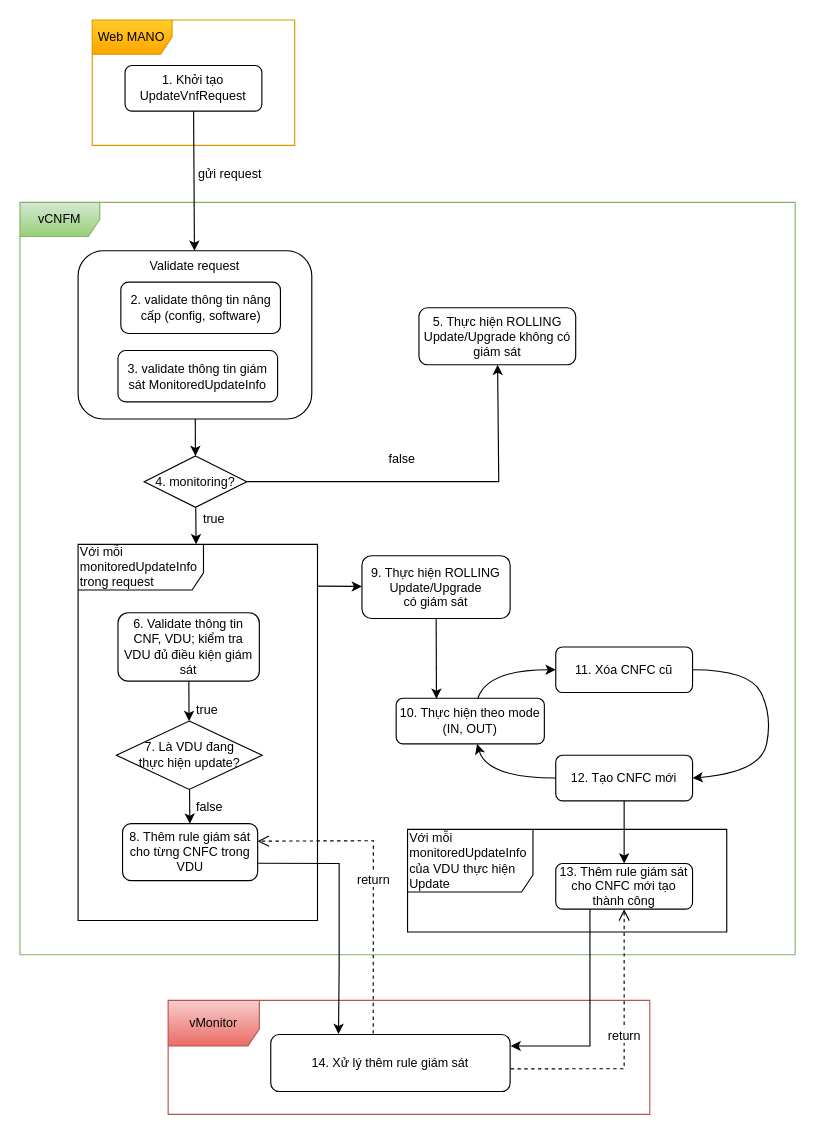
hiep1097/drawio keeps this draw.io diagram as page "Trang-6" (6 of 7) of monitoring update upgrade.drawio. Above is the earlier version. Source tidied: cells renumbered, new cells numbered last; positions are measured from the earlier drawing's top-left corner, leaving out a move shared by most shapes. Both pictures are drawn from the tidied source at 114%, with x=0, y=0 at pixel (19, 19).
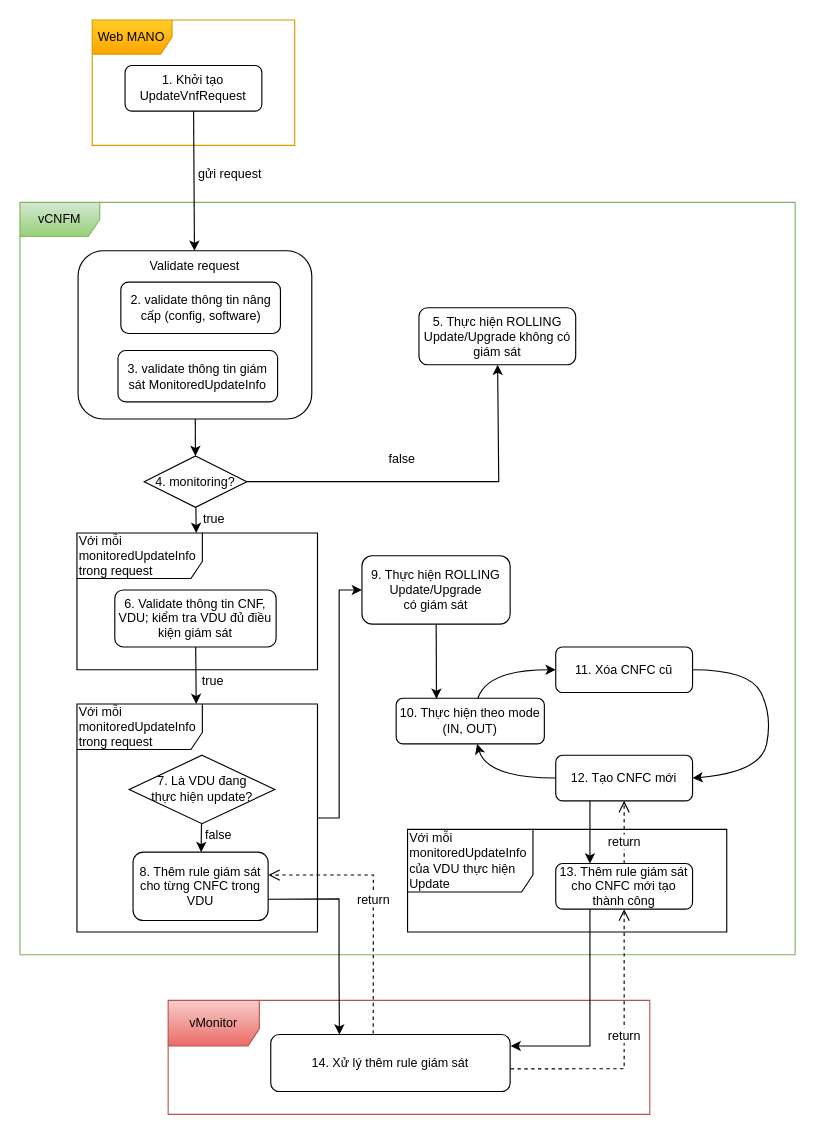
After the change.

Commit message:
Cập nhật monitoring update upgrade.drawio

The change refers to these unchanged cells:
```xml
<mxCell id="26" value="14. Xử lý thêm rule giám sát" style="rounded=1;whiteSpace=wrap;html=1;fontSize=11;" parent="1" vertex="1">
  <mxGeometry x="220" y="890" width="210" height="50" as="geometry" />
</mxCell>
<mxCell id="33" value="12. Tạo CNFC mới" style="rounded=1;whiteSpace=wrap;html=1;fontSize=11;" parent="1" vertex="1">
  <mxGeometry x="470" y="645" width="120" height="40" as="geometry" />
</mxCell>
<mxCell id="37" value="13. Thêm rule giám sát cho CNFC mới tạo thành công" style="rounded=1;whiteSpace=wrap;html=1;fontSize=11;" parent="1" vertex="1">
  <mxGeometry x="470" y="740" width="120" height="40" as="geometry" />
</mxCell>
```

The edit, as a diff of the source:
```diff
@@
     <mxCell id="8" value="Với mỗi monitoredUpdateInfo trong request" style="shape=umlFrame;whiteSpace=wrap;html=1;width=110;height=40;align=left;fontSize=11;" parent="1" vertex="1">
-      <mxGeometry x="51" y="460" width="210" height="330" as="geometry" />
+      <mxGeometry x="50" y="450" width="211" height="120" as="geometry" />
     </mxCell>
@@
     <mxCell id="10" value="6. Validate thông tin CNF, VDU; kiểm tra VDU đủ điều kiện giám sát" style="rounded=1;whiteSpace=wrap;html=1;fontSize=11;" parent="1" vertex="1">
-      <mxGeometry x="86" y="520" width="124" height="60" as="geometry" />
+      <mxGeometry x="83.2" y="500" width="141.5" height="50" as="geometry" />
     </mxCell>
@@
     <mxCell id="12" value="false" style="text;html=1;align=center;verticalAlign=middle;strokeColor=none;fillColor=none;fontSize=11;" parent="1" vertex="1">
-      <mxGeometry x="141" y="675" width="50" height="30" as="geometry" />
+      <mxGeometry x="149" y="700" width="50" height="30" as="geometry" />
     </mxCell>
@@
     <mxCell id="20" value="true" style="text;html=1;align=center;verticalAlign=middle;strokeColor=none;fillColor=none;fontSize=11;" parent="1" vertex="1">
-      <mxGeometry x="143.5" y="590" width="40" height="30" as="geometry" />
+      <mxGeometry x="148.5" y="565" width="40" height="30" as="geometry" />
     </mxCell>
-    <mxCell id="21" style="endArrow=classic;html=1;rounded=0;fontSize=11;" parent="1" edge="1" source="10" target="22">
+    <mxCell id="21" style="endArrow=classic;html=1;rounded=0;fontSize=11;" parent="1" edge="1" source="10" target="43">
       <mxGeometry relative="1" as="geometry" />
     </mxCell>
     <mxCell id="22" value="7. Là VDU đang &lt;br style=&quot;font-size: 11px;&quot;&gt;thực hiện update?" style="rhombus;whiteSpace=wrap;html=1;fontSize=11;" parent="1" vertex="1">
-      <mxGeometry x="84.6" y="615" width="127.8" height="60" as="geometry" />
+      <mxGeometry x="95.8" y="645" width="127.8" height="60" as="geometry" />
     </mxCell>
@@
     <mxCell id="24" value="8. Thêm rule giám sát cho từng CNFC trong VDU" style="rounded=1;whiteSpace=wrap;html=1;fontSize=11;" parent="1" vertex="1">
-      <mxGeometry x="90" y="705" width="118.5" height="50" as="geometry" />
+      <mxGeometry x="99.2" y="730" width="118.5" height="60" as="geometry" />
     </mxCell>
@@
-    <mxCell id="27" style="endArrow=classic;html=1;rounded=0;fontSize=11;entryX=0.283;entryY=-0.01;entryDx=0;entryDy=0;entryPerimeter=0;exitX=1.003;exitY=0.695;exitDx=0;exitDy=0;exitPerimeter=0;" parent="1" edge="1" source="24" target="26">
+    <mxCell id="27" style="endArrow=classic;html=1;rounded=0;fontSize=11;entryX=0.287;entryY=-0.02;entryDx=0;entryDy=0;entryPerimeter=0;exitX=1.001;exitY=0.672;exitDx=0;exitDy=0;exitPerimeter=0;" parent="1" edge="1">
       <mxGeometry relative="1" as="geometry">
+        <mxPoint x="217.7" y="771.3" as="sourcePoint" />
+        <mxPoint x="280.2" y="890" as="targetPoint" />
         <Array as="points">
-          <mxPoint x="280" y="740" />
-          <mxPoint x="280" y="830" />
+          <mxPoint x="279.9" y="771" />
+          <mxPoint x="279.9" y="831" />
         </Array>
       </mxGeometry>
     </mxCell>
-    <mxCell id="28" value="return" style="html=1;verticalAlign=bottom;endArrow=open;dashed=1;endSize=8;curved=0;rounded=0;fontSize=11;exitX=0.428;exitY=-0.017;exitDx=0;exitDy=0;exitPerimeter=0;entryX=0.999;entryY=0.307;entryDx=0;entryDy=0;entryPerimeter=0;" parent="1" edge="1" source="26" target="24">
+    <mxCell id="28" value="return" style="html=1;verticalAlign=bottom;endArrow=open;dashed=1;endSize=8;curved=0;rounded=0;fontSize=11;exitX=0.428;exitY=-0.017;exitDx=0;exitDy=0;exitPerimeter=0;entryX=1.001;entryY=0.335;entryDx=0;entryDy=0;entryPerimeter=0;" parent="1" edge="1" source="26" target="24">
       <mxGeometry x="-0.07" relative="1" as="geometry">
         <Array as="points">
-          <mxPoint x="310" y="720" />
+          <mxPoint x="310" y="750" />
         </Array>
       </mxGeometry>
     </mxCell>
-    <mxCell id="29" style="endArrow=classic;html=1;rounded=0;fontSize=11;exitX=0.999;exitY=0.111;exitDx=0;exitDy=0;exitPerimeter=0;" parent="1" edge="1" source="8" target="30">
-      <mxGeometry relative="1" as="geometry" />
+    <mxCell id="29" style="endArrow=classic;html=1;rounded=0;fontSize=11;" parent="1" edge="1" source="43" target="30">
+      <mxGeometry relative="1" as="geometry">
+        <Array as="points">
+          <mxPoint x="280" y="700" />
+          <mxPoint x="280" y="500" />
+        </Array>
+      </mxGeometry>
     </mxCell>
     <mxCell id="30" value="9. Thực hiện ROLLING Update/Upgrade &lt;br&gt;có giám sát" style="rounded=1;whiteSpace=wrap;html=1;fontSize=11;" parent="1" vertex="1">
-      <mxGeometry x="300" y="470" width="130" height="55" as="geometry" />
+      <mxGeometry x="300" y="470" width="130" height="60" as="geometry" />
     </mxCell>
@@
-    <mxCell id="38" style="endArrow=classic;html=1;rounded=0;fontSize=11;" parent="1" edge="1" source="33" target="37">
-      <mxGeometry relative="1" as="geometry" />
+    <mxCell id="38" style="endArrow=classic;html=1;rounded=0;fontSize=11;" parent="1" edge="1">
+      <mxGeometry relative="1" as="geometry">
+        <mxPoint x="500" y="685" as="sourcePoint" />
+        <mxPoint x="500" y="740" as="targetPoint" />
+      </mxGeometry>
     </mxCell>
@@
+    <mxCell id="43" value="Với mỗi monitoredUpdateInfo trong request" style="shape=umlFrame;whiteSpace=wrap;html=1;width=110;height=40;align=left;fontSize=11;" parent="1" vertex="1">
+      <mxGeometry x="50" y="600" width="211" height="200" as="geometry" />
+    </mxCell>
+    <mxCell id="44" value="return" style="html=1;verticalAlign=bottom;endArrow=open;dashed=1;endSize=8;curved=0;rounded=0;" parent="1" edge="1" source="37" target="33">
+      <mxGeometry x="-0.64" relative="1" as="geometry" />
+    </mxCell>
```
